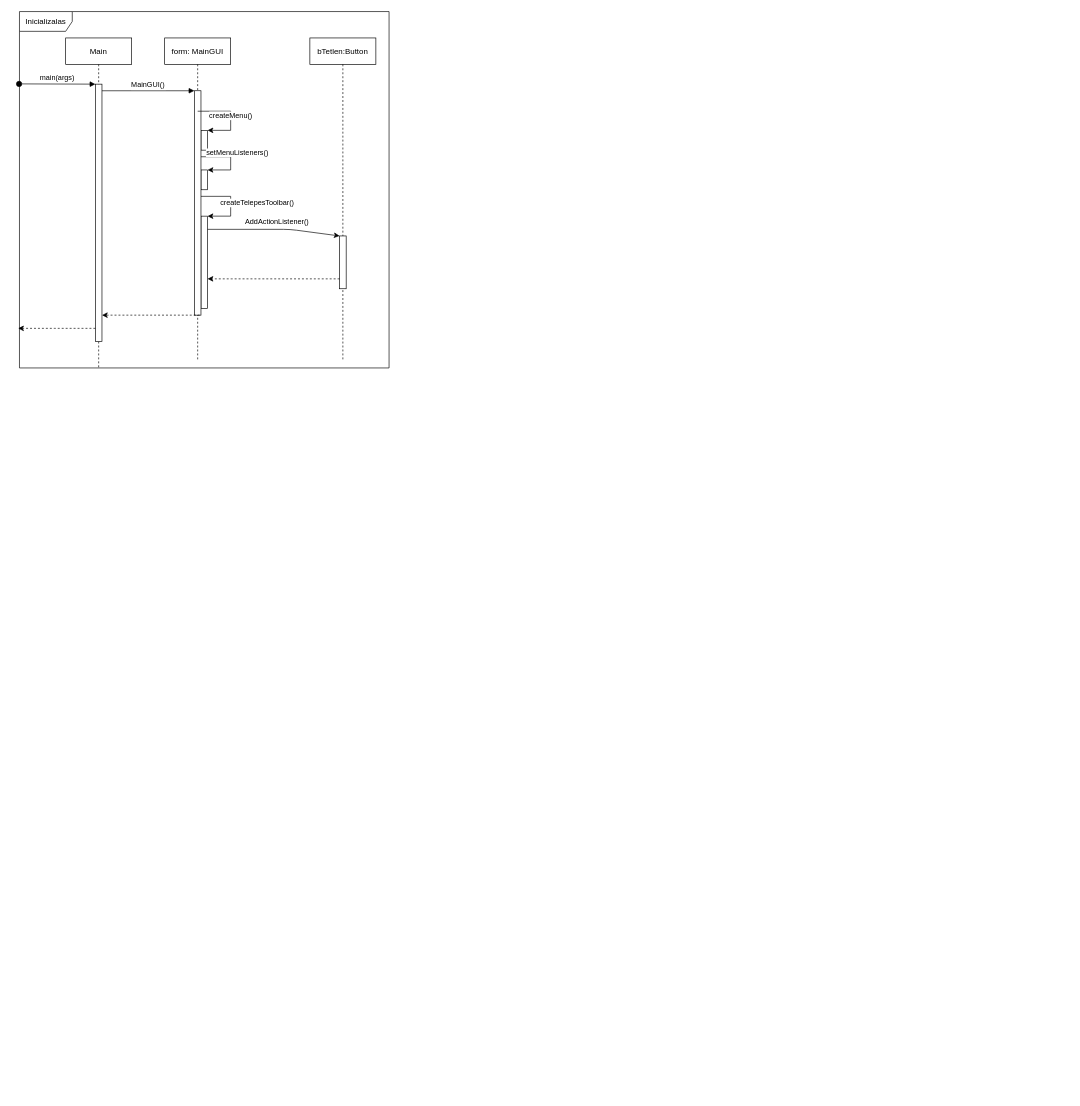
This is doc/UIszek/start.drawio from torpeBoiGo/aszteroidabanyaszat, a draw.io file, before an edit. Source tidied: cells renumbered, new cells numbered last; positions are measured from the earlier drawing's top-left corner, leaving out a move shared by most shapes. Both pictures are drawn from the tidied source at 66%, with x=0, y=0 at pixel (18, 11).
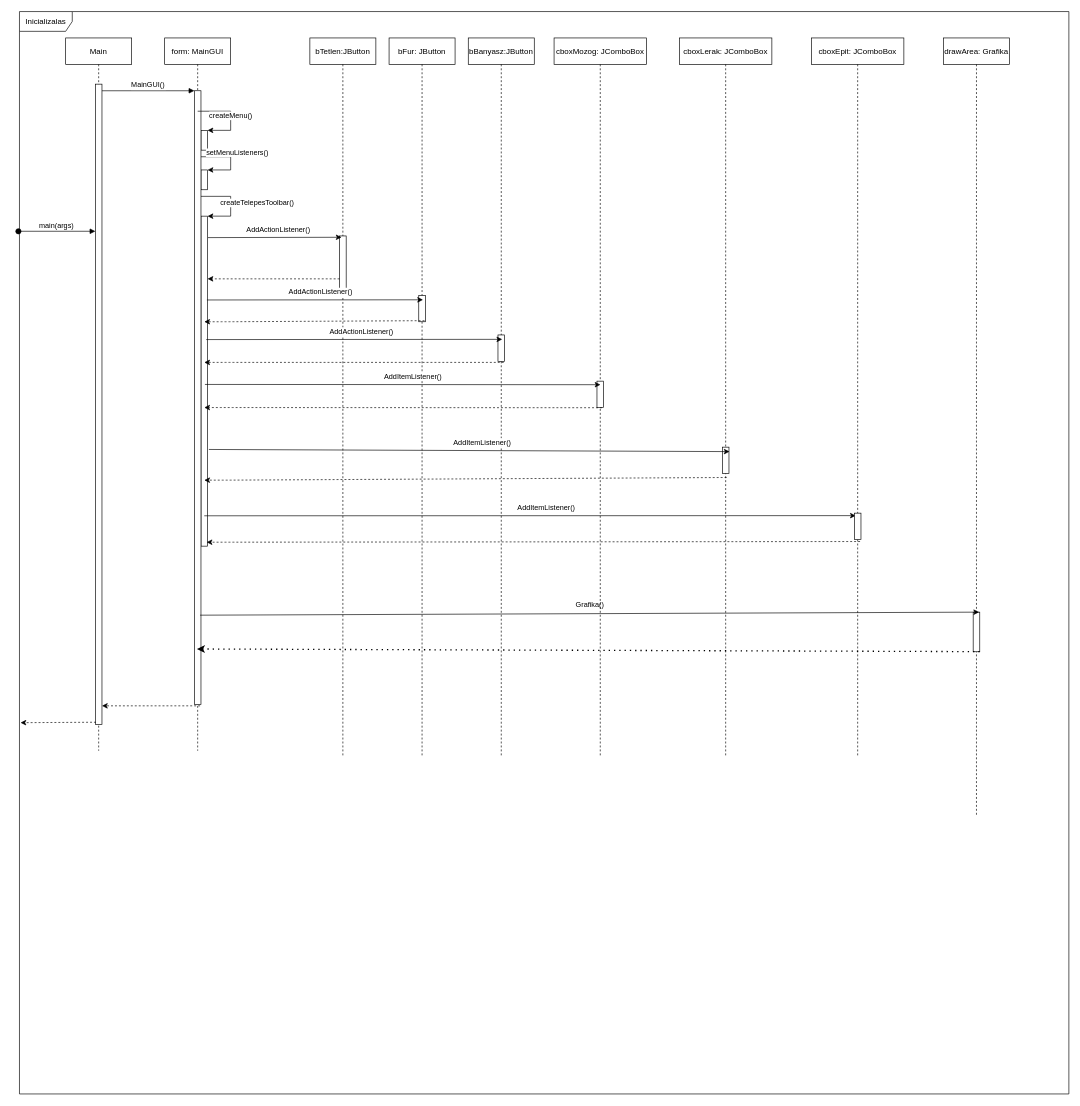
After the change.

The change refers to these unchanged cells:
```xml
<mxCell id="15" style="points=[];perimeter=orthogonalPerimeter;rounded=0;shadow=0;strokeWidth=1;" parent="14" vertex="1">
  <mxGeometry x="45" y="300" width="10" height="80" as="geometry" />
</mxCell>
```

The edit, as a diff of the source:
```diff
@@
     <mxCell id="2" value="Inicializalas" style="shape=umlFrame;whiteSpace=wrap;html=1;width=80;height=30;" parent="1" vertex="1">
-      <mxGeometry x="2" width="560" height="540" as="geometry" />
+      <mxGeometry x="2" width="1590" height="1640" as="geometry" />
     </mxCell>
     <mxCell id="3" value="Main" style="shape=umlLifeline;perimeter=lifelinePerimeter;rounded=0;shadow=0;strokeWidth=1;" parent="1" vertex="1">
-      <mxGeometry x="72" y="40" width="100" height="500" as="geometry" />
+      <mxGeometry x="72" y="40" width="100" height="1080" as="geometry" />
     </mxCell>
     <mxCell id="4" style="points=[];perimeter=orthogonalPerimeter;rounded=0;shadow=0;strokeWidth=1;" parent="3" vertex="1">
-      <mxGeometry x="45" y="70" width="10" height="390" as="geometry" />
+      <mxGeometry x="45" y="70" width="10" height="970" as="geometry" />
     </mxCell>
     <mxCell id="5" value="form: MainGUI" style="shape=umlLifeline;perimeter=lifelinePerimeter;rounded=0;shadow=0;strokeWidth=1;" parent="1" vertex="1">
-      <mxGeometry x="222" y="40" width="100" height="490" as="geometry" />
+      <mxGeometry x="222" y="40" width="100" height="1080" as="geometry" />
     </mxCell>
     <mxCell id="6" style="points=[];perimeter=orthogonalPerimeter;rounded=0;shadow=0;strokeWidth=1;" parent="5" vertex="1">
-      <mxGeometry x="55" y="270" width="10" height="140" as="geometry" />
+      <mxGeometry x="55" y="270" width="10" height="500" as="geometry" />
     </mxCell>
@@
     <mxCell id="9" style="points=[];perimeter=orthogonalPerimeter;rounded=0;shadow=0;strokeWidth=1;" parent="5" vertex="1">
-      <mxGeometry x="45" y="80" width="10" height="340" as="geometry" />
+      <mxGeometry x="45" y="80" width="10" height="930" as="geometry" />
     </mxCell>
@@
-    <mxCell id="14" value="bTetlen:Button" style="shape=umlLifeline;perimeter=lifelinePerimeter;rounded=0;shadow=0;strokeWidth=1;" parent="1" vertex="1">
-      <mxGeometry x="442" y="40" width="100" height="490" as="geometry" />
+    <mxCell id="14" value="bTetlen:JButton" style="shape=umlLifeline;perimeter=lifelinePerimeter;rounded=0;shadow=0;strokeWidth=1;" parent="1" vertex="1">
+      <mxGeometry x="442" y="40" width="100" height="1090" as="geometry" />
     </mxCell>
@@
+    <mxCell id="21" value="AddItemListener()" style="endArrow=classic;html=1;entryX=0.479;entryY=0.664;entryDx=0;entryDy=0;entryPerimeter=0;" parent="14" edge="1" target="37">
+      <mxGeometry x="0.05" y="12" relative="1" as="geometry">
+        <mxPoint x="-160" y="724" as="sourcePoint" />
+      </mxGeometry>
+    </mxCell>
+    <mxCell id="22" style="endArrow=classic;html=1;dashed=1;exitX=0.51;exitY=0.611;exitDx=0;exitDy=0;exitPerimeter=0;" parent="14" edge="1" source="35">
+      <mxGeometry relative="1" as="geometry">
+        <mxPoint x="-160" y="670" as="targetPoint" />
+        <Array as="points">
+          <mxPoint x="-125" y="670" />
+        </Array>
+      </mxGeometry>
+    </mxCell>
-    <mxCell id="16" value="AddActionListener()" style="endArrow=classic;html=1;" parent="1" edge="1" source="6" target="15">
+    <mxCell id="16" value="AddActionListener()" style="endArrow=classic;html=1;exitX=1.756;exitY=0.057;exitDx=0;exitDy=0;exitPerimeter=0;" parent="1" edge="1">
       <mxGeometry x="0.05" y="12" relative="1" as="geometry">
-        <Array as="points">
-          <mxPoint x="412" y="330" />
-        </Array>
+        <mxPoint x="287.6" y="342.5" as="sourcePoint" />
+        <mxPoint x="490" y="342" as="targetPoint" />
       </mxGeometry>
     </mxCell>
@@
-    <mxCell id="18" style="endArrow=classic;html=1;dashed=1;exitX=0.8;exitY=1;exitDx=0;exitDy=0;exitPerimeter=0;" parent="1" edge="1" source="9" target="4">
+    <mxCell id="18" style="endArrow=classic;html=1;dashed=1;exitX=0.537;exitY=0.937;exitDx=0;exitDy=0;exitPerimeter=0;" parent="1" edge="1" source="5" target="4">
       <mxGeometry relative="1" as="geometry" />
     </mxCell>
-    <mxCell id="19" style="endArrow=classic;html=1;dashed=1;" parent="1" edge="1" source="4">
-      <mxGeometry relative="1" as="geometry">
-        <mxPoint y="480" as="targetPoint" />
-        <Array as="points">
-          <mxPoint x="52" y="480" />
-        </Array>
-      </mxGeometry>
-    </mxCell>
@@
+    <mxCell id="23" style="endArrow=classic;html=1;exitX=0.459;exitY=0.96;exitDx=0;exitDy=0;exitPerimeter=0;entryX=0.001;entryY=0.657;entryDx=0;entryDy=0;entryPerimeter=0;dashed=1;" parent="1" edge="1" source="3" target="2">
+      <mxGeometry relative="1" as="geometry" />
+    </mxCell>
+    <mxCell id="24" value="drawArea: Grafika" style="shape=umlLifeline;perimeter=lifelinePerimeter;rounded=0;shadow=0;strokeWidth=1;" parent="1" vertex="1">
+      <mxGeometry x="1402" y="40" width="100" height="1180" as="geometry" />
+    </mxCell>
+    <mxCell id="25" style="perimeter=orthogonalPerimeter;rounded=0;shadow=0;strokeWidth=1;" parent="24" vertex="1">
+      <mxGeometry x="45" y="870" width="10" height="60" as="geometry" />
+    </mxCell>
+    <mxCell id="26" value="Grafika()" style="endArrow=classic;html=1;exitX=0.867;exitY=0.863;exitDx=0;exitDy=0;exitPerimeter=0;" parent="1" edge="1">
+      <mxGeometry y="14" relative="1" as="geometry">
+        <mxPoint x="275.7" y="914.6" as="sourcePoint" />
+        <mxPoint x="1456" y="910" as="targetPoint" />
+      </mxGeometry>
+    </mxCell>
+    <mxCell id="27" style="endArrow=classic;dashed=1;html=1;dashPattern=1 3;strokeWidth=2;exitX=0.548;exitY=0.788;exitDx=0;exitDy=0;exitPerimeter=0;startArrow=none;startFill=0;endFill=1;" parent="1" edge="1" source="24">
+      <mxGeometry relative="1" as="geometry">
+        <mxPoint x="270.8" y="965.8" as="targetPoint" />
+      </mxGeometry>
+    </mxCell>
+    <mxCell id="28" value="bFur: JButton" style="shape=umlLifeline;perimeter=lifelinePerimeter;rounded=0;shadow=0;strokeWidth=1;" parent="1" vertex="1">
+      <mxGeometry x="562" y="40" width="100" height="1090" as="geometry" />
+    </mxCell>
+    <mxCell id="29" style="perimeter=orthogonalPerimeter;rounded=0;shadow=0;strokeWidth=1;" parent="28" vertex="1">
+      <mxGeometry x="45" y="390" width="10" height="40" as="geometry" />
+    </mxCell>
+    <mxCell id="30" style="endArrow=classic;html=1;dashed=1;exitX=0.526;exitY=0.7;exitDx=0;exitDy=0;exitPerimeter=0;" parent="28" edge="1" source="37">
+      <mxGeometry relative="1" as="geometry">
+        <mxPoint x="-276.4" y="764" as="targetPoint" />
+        <Array as="points">
+          <mxPoint x="-241.4" y="764" />
+        </Array>
+      </mxGeometry>
+    </mxCell>
+    <mxCell id="31" value="bBanyasz:JButton" style="shape=umlLifeline;perimeter=lifelinePerimeter;rounded=0;shadow=0;strokeWidth=1;" parent="1" vertex="1">
+      <mxGeometry x="682" y="40" width="100" height="1090" as="geometry" />
+    </mxCell>
+    <mxCell id="32" style="points=[];perimeter=orthogonalPerimeter;rounded=0;shadow=0;strokeWidth=1;" parent="31" vertex="1">
+      <mxGeometry x="45" y="450" width="10" height="40" as="geometry" />
+    </mxCell>
+    <mxCell id="33" value="cboxMozog: JComboBox" style="shape=umlLifeline;perimeter=lifelinePerimeter;rounded=0;shadow=0;strokeWidth=1;" parent="1" vertex="1">
+      <mxGeometry x="812" y="40" width="140" height="1090" as="geometry" />
+    </mxCell>
+    <mxCell id="34" style="perimeter=orthogonalPerimeter;rounded=0;shadow=0;strokeWidth=1;" parent="33" vertex="1">
+      <mxGeometry x="65" y="520" width="10" height="40" as="geometry" />
+    </mxCell>
+    <mxCell id="35" value="cboxLerak: JComboBox" style="shape=umlLifeline;perimeter=lifelinePerimeter;rounded=0;shadow=0;strokeWidth=1;" parent="1" vertex="1">
+      <mxGeometry x="1002" y="40" width="140" height="1090" as="geometry" />
+    </mxCell>
+    <mxCell id="36" style="perimeter=orthogonalPerimeter;rounded=0;shadow=0;strokeWidth=1;" parent="35" vertex="1">
+      <mxGeometry x="65" y="620" width="10" height="40" as="geometry" />
+    </mxCell>
+    <mxCell id="37" value="cboxEpit: JComboBox" style="shape=umlLifeline;perimeter=lifelinePerimeter;rounded=0;shadow=0;strokeWidth=1;" parent="1" vertex="1">
+      <mxGeometry x="1202" y="40" width="140" height="1090" as="geometry" />
+    </mxCell>
+    <mxCell id="38" style="perimeter=orthogonalPerimeter;rounded=0;shadow=0;strokeWidth=1;" parent="37" vertex="1">
+      <mxGeometry x="65" y="720" width="10" height="40" as="geometry" />
+    </mxCell>
+    <mxCell id="39" value="AddActionListener()" style="endArrow=classic;html=1;entryX=0.514;entryY=0.364;entryDx=0;entryDy=0;entryPerimeter=0;" parent="1" edge="1" target="28">
+      <mxGeometry x="0.05" y="12" relative="1" as="geometry">
+        <mxPoint x="286" y="437" as="sourcePoint" />
+      </mxGeometry>
+    </mxCell>
+    <mxCell id="40" value="AddActionListener()" style="endArrow=classic;html=1;entryX=0.644;entryY=0.167;entryDx=0;entryDy=0;entryPerimeter=0;" parent="1" edge="1" target="32">
+      <mxGeometry x="0.05" y="12" relative="1" as="geometry">
+        <mxPoint x="285" y="497" as="sourcePoint" />
+      </mxGeometry>
+    </mxCell>
+    <mxCell id="41" value="AddItemListener()" style="endArrow=classic;html=1;entryX=0.502;entryY=0.482;entryDx=0;entryDy=0;entryPerimeter=0;" parent="1" edge="1" target="33">
+      <mxGeometry x="0.05" y="12" relative="1" as="geometry">
+        <mxPoint x="283" y="565" as="sourcePoint" />
+      </mxGeometry>
+    </mxCell>
+    <mxCell id="42" value="AddItemListener()" style="endArrow=classic;html=1;entryX=0.542;entryY=0.575;entryDx=0;entryDy=0;entryPerimeter=0;exitX=1.2;exitY=0.707;exitDx=0;exitDy=0;exitPerimeter=0;" parent="1" edge="1" source="6" target="35">
+      <mxGeometry x="0.05" y="12" relative="1" as="geometry" />
+    </mxCell>
+    <mxCell id="43" style="endArrow=classic;html=1;dashed=1;exitX=0.537;exitY=0.393;exitDx=0;exitDy=0;exitPerimeter=0;" parent="1" edge="1" source="28">
+      <mxGeometry relative="1" as="geometry">
+        <mxPoint x="282" y="470" as="targetPoint" />
+        <Array as="points">
+          <mxPoint x="317" y="470" />
+        </Array>
+      </mxGeometry>
+    </mxCell>
+    <mxCell id="44" style="endArrow=classic;html=1;dashed=1;exitX=0.537;exitY=0.451;exitDx=0;exitDy=0;exitPerimeter=0;" parent="1" edge="1" source="31">
+      <mxGeometry relative="1" as="geometry">
+        <mxPoint x="282" y="531.6" as="targetPoint" />
+        <Array as="points">
+          <mxPoint x="317" y="531.6" />
+        </Array>
+      </mxGeometry>
+    </mxCell>
+    <mxCell id="45" style="endArrow=classic;html=1;dashed=1;exitX=0.518;exitY=0.514;exitDx=0;exitDy=0;exitPerimeter=0;" parent="1" edge="1" source="33">
+      <mxGeometry relative="1" as="geometry">
+        <mxPoint x="282" y="600" as="targetPoint" />
+        <Array as="points">
+          <mxPoint x="317" y="600" />
+        </Array>
+      </mxGeometry>
+    </mxCell>
```
